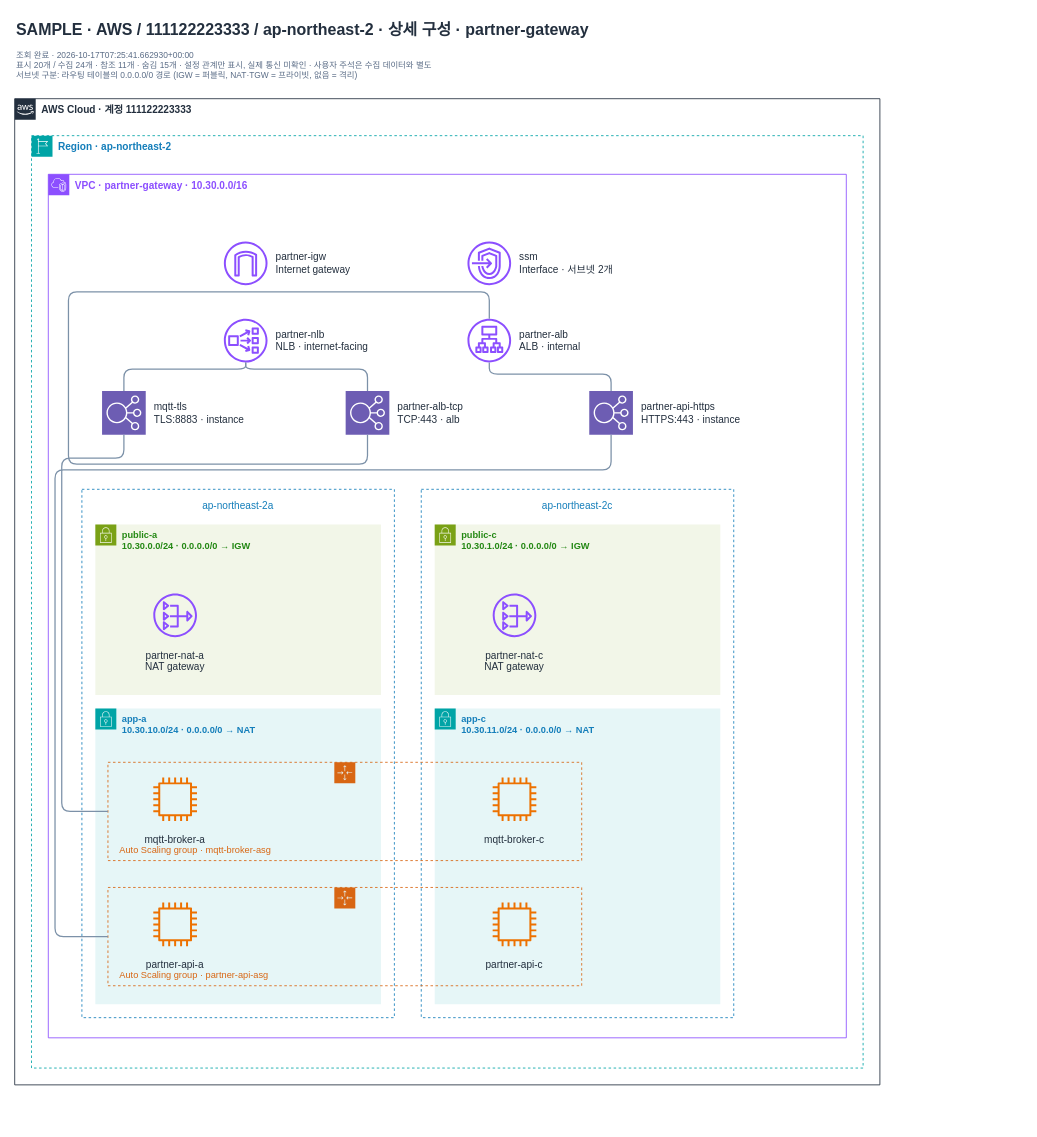
The draw.io diagram page "vpc-0a1b2c3d4e5f60003" (2 of 2) of examples/samples/nlb-alb/topology.drawio in men16922/diagram-bot, before the edit. Source tidied: cells renumbered, new cells numbered last; positions are measured from the earlier drawing's top-left corner, leaving out a move shared by most shapes. Both pictures are drawn from the tidied source at 84%, with x=0, y=0 at pixel (14, 14).
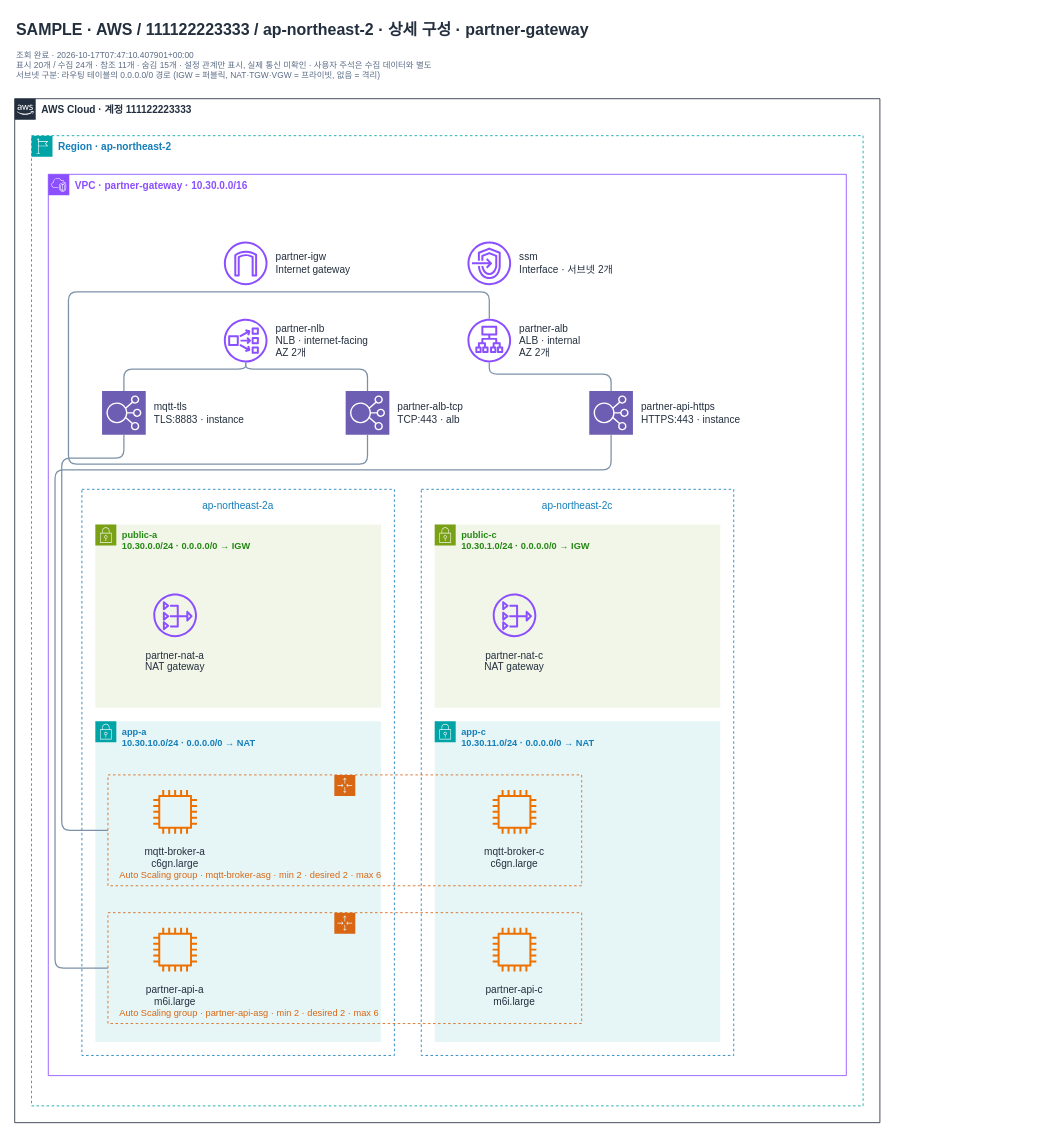
Above is the later version.

The change refers to these unchanged cells:
```xml
<mxCell id="11" value="mqtt-tls&#10;TLS:8883 · instance" style="html=0;fontFamily=Arial;fontSize=12;fontColor=#232F3E;whiteSpace=wrap;labelWidth=170;labelPosition=right;verticalLabelPosition=middle;align=left;verticalAlign=middle;spacingLeft=8;shape=mxgraph.aws4.resourceIcon;resIcon=mxgraph.aws4.elastic_load_balancing;fillColor=#6D5DB3;strokeColor=#FFFFFF;gradientColor=none;" parent="6" vertex="1">
  <mxGeometry x="64" y="258" width="52" height="52" as="geometry" />
</mxCell>
<mxCell id="13" value="partner-api-https&#10;HTTPS:443 · instance" style="html=0;fontFamily=Arial;fontSize=12;fontColor=#232F3E;whiteSpace=wrap;labelWidth=170;labelPosition=right;verticalLabelPosition=middle;align=left;verticalAlign=middle;spacingLeft=8;shape=mxgraph.aws4.resourceIcon;resIcon=mxgraph.aws4.elastic_load_balancing;fillColor=#6D5DB3;strokeColor=#FFFFFF;gradientColor=none;" parent="6" vertex="1">
  <mxGeometry x="644" y="258" width="52" height="52" as="geometry" />
</mxCell>
```

Diff of the diagram source:
```diff
@@
-    <mxCell id="3" value="조회 완료 · 2026-10-17T07:25:41.662930+00:00&#10;표시 20개 / 수집 24개 · 참조 11개 · 숨김 15개 · 설정 관계만 표시, 실제 통신 미확인 · 사용자 주석은 수집 데이터와 별도&#10;서브넷 구분: 라우팅 테이블의 0.0.0.0/0 경로 (IGW = 퍼블릭, NAT·TGW = 프라이빗, 없음 = 격리)" style="html=0;fontFamily=Arial;fontSize=12;fontColor=#232F3E;text;align=left;verticalAlign=top;whiteSpace=wrap;fontSize=10;fontColor=#5A6C86;strokeColor=none;fillColor=none;" parent="1" vertex="1">
+    <mxCell id="3" value="조회 완료 · 2026-10-17T07:47:10.407901+00:00&#10;표시 20개 / 수집 24개 · 참조 11개 · 숨김 15개 · 설정 관계만 표시, 실제 통신 미확인 · 사용자 주석은 수집 데이터와 별도&#10;서브넷 구분: 라우팅 테이블의 0.0.0.0/0 경로 (IGW = 퍼블릭, NAT·TGW·VGW = 프라이빗, 없음 = 격리)" style="html=0;fontFamily=Arial;fontSize=12;fontColor=#232F3E;text;align=left;verticalAlign=top;whiteSpace=wrap;fontSize=10;fontColor=#5A6C86;strokeColor=none;fillColor=none;" parent="1" vertex="1">
       <mxGeometry y="36" width="960" height="42" as="geometry" />
     </mxCell>
     <mxCell id="4" value="AWS Cloud · 계정 111122223333" style="html=0;fontFamily=Arial;fontSize=12;fontColor=#232F3E;gradientColor=none;whiteSpace=wrap;fontStyle=1;shape=mxgraph.aws4.group;verticalAlign=top;align=left;spacingLeft=30;grIcon=mxgraph.aws4.group_aws_cloud_alt;strokeColor=#232F3E;fillColor=none;fontColor=#232F3E;dashed=0;" parent="1" vertex="1">
-      <mxGeometry y="100" width="1030" height="1174" as="geometry" />
+      <mxGeometry y="100" width="1030" height="1219" as="geometry" />
     </mxCell>
     <mxCell id="5" value="Region · ap-northeast-2" style="html=0;fontFamily=Arial;fontSize=12;fontColor=#232F3E;gradientColor=none;whiteSpace=wrap;fontStyle=1;shape=mxgraph.aws4.group;verticalAlign=top;align=left;spacingLeft=30;grIcon=mxgraph.aws4.group_region;strokeColor=#00A4A6;fillColor=none;fontColor=#147EBA;dashed=1;" parent="4" vertex="1">
-      <mxGeometry x="20" y="44" width="990" height="1110" as="geometry" />
+      <mxGeometry x="20" y="44" width="990" height="1155" as="geometry" />
     </mxCell>
     <mxCell id="6" value="VPC  ·  partner-gateway  ·  10.30.0.0/16" style="html=0;fontFamily=Arial;fontSize=12;fontColor=#232F3E;gradientColor=none;whiteSpace=wrap;fontStyle=1;shape=mxgraph.aws4.group;verticalAlign=top;align=left;spacingLeft=30;grIcon=mxgraph.aws4.group_vpc2;strokeColor=#8C4FFF;fillColor=none;fontColor=#8C4FFF;dashed=0;" parent="5" vertex="1">
-      <mxGeometry x="20" y="46" width="950" height="1028" as="geometry" />
+      <mxGeometry x="20" y="46" width="950" height="1073" as="geometry" />
     </mxCell>
@@
-    <mxCell id="9" value="partner-nlb&#10;NLB · internet-facing" style="html=0;fontFamily=Arial;fontSize=12;fontColor=#232F3E;whiteSpace=wrap;labelWidth=170;labelPosition=right;verticalLabelPosition=middle;align=left;verticalAlign=middle;spacingLeft=8;shape=mxgraph.aws4.network_load_balancer;fillColor=#8C4FFF;strokeColor=none;gradientColor=none;outlineConnect=0;" parent="6" vertex="1">
+    <mxCell id="9" value="partner-nlb&#10;NLB · internet-facing&#10;AZ 2개" style="html=0;fontFamily=Arial;fontSize=12;fontColor=#232F3E;whiteSpace=wrap;labelWidth=170;labelPosition=right;verticalLabelPosition=middle;align=left;verticalAlign=middle;spacingLeft=8;shape=mxgraph.aws4.network_load_balancer;fillColor=#8C4FFF;strokeColor=none;gradientColor=none;outlineConnect=0;" parent="6" vertex="1">
       <mxGeometry x="209" y="172" width="52" height="52" as="geometry" />
     </mxCell>
-    <mxCell id="10" value="partner-alb&#10;ALB · internal" style="html=0;fontFamily=Arial;fontSize=12;fontColor=#232F3E;whiteSpace=wrap;labelWidth=170;labelPosition=right;verticalLabelPosition=middle;align=left;verticalAlign=middle;spacingLeft=8;shape=mxgraph.aws4.application_load_balancer;fillColor=#8C4FFF;strokeColor=none;gradientColor=none;outlineConnect=0;" parent="6" vertex="1">
+    <mxCell id="10" value="partner-alb&#10;ALB · internal&#10;AZ 2개" style="html=0;fontFamily=Arial;fontSize=12;fontColor=#232F3E;whiteSpace=wrap;labelWidth=170;labelPosition=right;verticalLabelPosition=middle;align=left;verticalAlign=middle;spacingLeft=8;shape=mxgraph.aws4.application_load_balancer;fillColor=#8C4FFF;strokeColor=none;gradientColor=none;outlineConnect=0;" parent="6" vertex="1">
       <mxGeometry x="499" y="172" width="52" height="52" as="geometry" />
     </mxCell>
@@
     <mxCell id="14" value="ap-northeast-2a" style="html=0;fontFamily=Arial;fontSize=12;fontColor=#232F3E;whiteSpace=wrap;verticalAlign=top;fontStyle=0;fillColor=none;strokeColor=#147EBA;dashed=1;fontColor=#147EBA;align=center;spacingTop=6;" parent="6" vertex="1">
-      <mxGeometry x="40" y="375" width="372" height="629" as="geometry" />
+      <mxGeometry x="40" y="375" width="372" height="674" as="geometry" />
     </mxCell>
     <mxCell id="15" value="public-a&#10;10.30.0.0/24 · 0.0.0.0/0 → IGW" style="html=0;fontFamily=Arial;fontSize=12;fontColor=#232F3E;gradientColor=none;whiteSpace=wrap;fontStyle=1;shape=mxgraph.aws4.group;verticalAlign=top;align=left;spacingLeft=30;grIcon=mxgraph.aws4.group_security_group;grStroke=0;strokeColor=#7AA116;fillColor=#F2F6E8;fontColor=#248814;dashed=0;fontSize=11;" parent="14" vertex="1">
-      <mxGeometry x="16" y="42" width="340" height="203" as="geometry" />
+      <mxGeometry x="16" y="42" width="340" height="218" as="geometry" />
     </mxCell>
@@
     <mxCell id="17" value="app-a&#10;10.30.10.0/24 · 0.0.0.0/0 → NAT" style="html=0;fontFamily=Arial;fontSize=12;fontColor=#232F3E;gradientColor=none;whiteSpace=wrap;fontStyle=1;shape=mxgraph.aws4.group;verticalAlign=top;align=left;spacingLeft=30;grIcon=mxgraph.aws4.group_security_group;grStroke=0;strokeColor=#00A4A6;fillColor=#E6F6F7;fontColor=#147EBA;dashed=0;fontSize=11;" parent="14" vertex="1">
-      <mxGeometry x="16" y="261" width="340" height="352" as="geometry" />
+      <mxGeometry x="16" y="276" width="340" height="382" as="geometry" />
     </mxCell>
-    <mxCell id="18" value="mqtt-broker-a" style="html=0;fontFamily=Arial;fontSize=12;fontColor=#232F3E;whiteSpace=wrap;labelWidth=140;align=center;verticalLabelPosition=bottom;verticalAlign=top;spacingTop=8;shape=mxgraph.aws4.instance2;fillColor=#ED7100;strokeColor=none;gradientColor=none;" parent="17" vertex="1">
+    <mxCell id="18" value="mqtt-broker-a&#10;c6gn.large" style="html=0;fontFamily=Arial;fontSize=12;fontColor=#232F3E;whiteSpace=wrap;labelWidth=140;align=center;verticalLabelPosition=bottom;verticalAlign=top;spacingTop=8;shape=mxgraph.aws4.instance2;fillColor=#ED7100;strokeColor=none;gradientColor=none;" parent="17" vertex="1">
       <mxGeometry x="69" y="82" width="52" height="52" as="geometry" />
     </mxCell>
-    <mxCell id="19" value="partner-api-a" style="html=0;fontFamily=Arial;fontSize=12;fontColor=#232F3E;whiteSpace=wrap;labelWidth=140;align=center;verticalLabelPosition=bottom;verticalAlign=top;spacingTop=8;shape=mxgraph.aws4.instance2;fillColor=#ED7100;strokeColor=none;gradientColor=none;" parent="17" vertex="1">
-      <mxGeometry x="69" y="231" width="52" height="52" as="geometry" />
+    <mxCell id="19" value="partner-api-a&#10;m6i.large" style="html=0;fontFamily=Arial;fontSize=12;fontColor=#232F3E;whiteSpace=wrap;labelWidth=140;align=center;verticalLabelPosition=bottom;verticalAlign=top;spacingTop=8;shape=mxgraph.aws4.instance2;fillColor=#ED7100;strokeColor=none;gradientColor=none;" parent="17" vertex="1">
+      <mxGeometry x="69" y="246" width="52" height="52" as="geometry" />
     </mxCell>
     <mxCell id="20" value="ap-northeast-2c" style="html=0;fontFamily=Arial;fontSize=12;fontColor=#232F3E;whiteSpace=wrap;verticalAlign=top;fontStyle=0;fillColor=none;strokeColor=#147EBA;dashed=1;fontColor=#147EBA;align=center;spacingTop=6;" parent="6" vertex="1">
-      <mxGeometry x="444" y="375" width="372" height="629" as="geometry" />
+      <mxGeometry x="444" y="375" width="372" height="674" as="geometry" />
     </mxCell>
     <mxCell id="21" value="public-c&#10;10.30.1.0/24 · 0.0.0.0/0 → IGW" style="html=0;fontFamily=Arial;fontSize=12;fontColor=#232F3E;gradientColor=none;whiteSpace=wrap;fontStyle=1;shape=mxgraph.aws4.group;verticalAlign=top;align=left;spacingLeft=30;grIcon=mxgraph.aws4.group_security_group;grStroke=0;strokeColor=#7AA116;fillColor=#F2F6E8;fontColor=#248814;dashed=0;fontSize=11;" parent="20" vertex="1">
-      <mxGeometry x="16" y="42" width="340" height="203" as="geometry" />
+      <mxGeometry x="16" y="42" width="340" height="218" as="geometry" />
     </mxCell>
@@
     <mxCell id="23" value="app-c&#10;10.30.11.0/24 · 0.0.0.0/0 → NAT" style="html=0;fontFamily=Arial;fontSize=12;fontColor=#232F3E;gradientColor=none;whiteSpace=wrap;fontStyle=1;shape=mxgraph.aws4.group;verticalAlign=top;align=left;spacingLeft=30;grIcon=mxgraph.aws4.group_security_group;grStroke=0;strokeColor=#00A4A6;fillColor=#E6F6F7;fontColor=#147EBA;dashed=0;fontSize=11;" parent="20" vertex="1">
-      <mxGeometry x="16" y="261" width="340" height="352" as="geometry" />
+      <mxGeometry x="16" y="276" width="340" height="382" as="geometry" />
     </mxCell>
-    <mxCell id="24" value="mqtt-broker-c" style="html=0;fontFamily=Arial;fontSize=12;fontColor=#232F3E;whiteSpace=wrap;labelWidth=140;align=center;verticalLabelPosition=bottom;verticalAlign=top;spacingTop=8;shape=mxgraph.aws4.instance2;fillColor=#ED7100;strokeColor=none;gradientColor=none;" parent="23" vertex="1">
+    <mxCell id="24" value="mqtt-broker-c&#10;c6gn.large" style="html=0;fontFamily=Arial;fontSize=12;fontColor=#232F3E;whiteSpace=wrap;labelWidth=140;align=center;verticalLabelPosition=bottom;verticalAlign=top;spacingTop=8;shape=mxgraph.aws4.instance2;fillColor=#ED7100;strokeColor=none;gradientColor=none;" parent="23" vertex="1">
       <mxGeometry x="69" y="82" width="52" height="52" as="geometry" />
     </mxCell>
-    <mxCell id="25" value="partner-api-c" style="html=0;fontFamily=Arial;fontSize=12;fontColor=#232F3E;whiteSpace=wrap;labelWidth=140;align=center;verticalLabelPosition=bottom;verticalAlign=top;spacingTop=8;shape=mxgraph.aws4.instance2;fillColor=#ED7100;strokeColor=none;gradientColor=none;" parent="23" vertex="1">
-      <mxGeometry x="69" y="231" width="52" height="52" as="geometry" />
+    <mxCell id="25" value="partner-api-c&#10;m6i.large" style="html=0;fontFamily=Arial;fontSize=12;fontColor=#232F3E;whiteSpace=wrap;labelWidth=140;align=center;verticalLabelPosition=bottom;verticalAlign=top;spacingTop=8;shape=mxgraph.aws4.instance2;fillColor=#ED7100;strokeColor=none;gradientColor=none;" parent="23" vertex="1">
+      <mxGeometry x="69" y="246" width="52" height="52" as="geometry" />
     </mxCell>
-    <mxCell id="26" value="Auto Scaling group · mqtt-broker-asg" style="html=0;fontFamily=Arial;fontSize=12;fontColor=#232F3E;outlineConnect=0;gradientColor=none;whiteSpace=wrap;shape=mxgraph.aws4.groupCenter;grIcon=mxgraph.aws4.group_auto_scaling_group;grStroke=1;strokeColor=#D86613;fillColor=none;fontColor=#D86613;dashed=1;align=left;spacingLeft=12;verticalAlign=bottom;spacingBottom=4;fontSize=11;" parent="6" vertex="1">
-      <mxGeometry x="71" y="700" width="564" height="117" as="geometry" />
+    <mxCell id="26" value="Auto Scaling group · mqtt-broker-asg · min 2 · desired 2 · max 6" style="html=0;fontFamily=Arial;fontSize=12;fontColor=#232F3E;outlineConnect=0;gradientColor=none;whiteSpace=wrap;shape=mxgraph.aws4.groupCenter;grIcon=mxgraph.aws4.group_auto_scaling_group;grStroke=1;strokeColor=#D86613;fillColor=none;fontColor=#D86613;dashed=1;align=left;spacingLeft=12;verticalAlign=bottom;spacingBottom=4;fontSize=11;" parent="6" vertex="1">
+      <mxGeometry x="71" y="715" width="564" height="132" as="geometry" />
     </mxCell>
-    <mxCell id="27" value="Auto Scaling group · partner-api-asg" style="html=0;fontFamily=Arial;fontSize=12;fontColor=#232F3E;outlineConnect=0;gradientColor=none;whiteSpace=wrap;shape=mxgraph.aws4.groupCenter;grIcon=mxgraph.aws4.group_auto_scaling_group;grStroke=1;strokeColor=#D86613;fillColor=none;fontColor=#D86613;dashed=1;align=left;spacingLeft=12;verticalAlign=bottom;spacingBottom=4;fontSize=11;" parent="6" vertex="1">
-      <mxGeometry x="71" y="849" width="564" height="117" as="geometry" />
+    <mxCell id="27" value="Auto Scaling group · partner-api-asg · min 2 · desired 2 · max 6" style="html=0;fontFamily=Arial;fontSize=12;fontColor=#232F3E;outlineConnect=0;gradientColor=none;whiteSpace=wrap;shape=mxgraph.aws4.groupCenter;grIcon=mxgraph.aws4.group_auto_scaling_group;grStroke=1;strokeColor=#D86613;fillColor=none;fontColor=#D86613;dashed=1;align=left;spacingLeft=12;verticalAlign=bottom;spacingBottom=4;fontSize=11;" parent="6" vertex="1">
+      <mxGeometry x="71" y="879" width="564" height="132" as="geometry" />
     </mxCell>
@@
     <mxCell id="32" style="exitX=0;exitY=0.500;entryX=0.5;entryY=1;edgeStyle=orthogonalEdgeStyle;rounded=1;html=0;fontFamily=Arial;fontSize=9;fontColor=#536A82;strokeColor=#7C91A8;strokeWidth=1.5;endArrow=none;labelBackgroundColor=#FFFFFF;" parent="1" edge="1" source="27" target="13">
       <mxGeometry relative="1" as="geometry">
         <Array as="points">
-          <mxPoint x="48" y="1097.5" />
+          <mxPoint x="48" y="1135" />
           <mxPoint x="48" y="542" />
           <mxPoint x="710" y="542" />
         </Array>
       </mxGeometry>
     </mxCell>
     <mxCell id="33" style="exitX=0;exitY=0.500;entryX=0.5;entryY=1;edgeStyle=orthogonalEdgeStyle;rounded=1;html=0;fontFamily=Arial;fontSize=9;fontColor=#536A82;strokeColor=#7C91A8;strokeWidth=1.5;endArrow=none;labelBackgroundColor=#FFFFFF;" parent="1" edge="1" source="26" target="11">
       <mxGeometry relative="1" as="geometry">
         <Array as="points">
-          <mxPoint x="56" y="948.5" />
+          <mxPoint x="56" y="971" />
           <mxPoint x="56" y="528" />
           <mxPoint x="130" y="528" />
         </Array>
       </mxGeometry>
     </mxCell>
```
